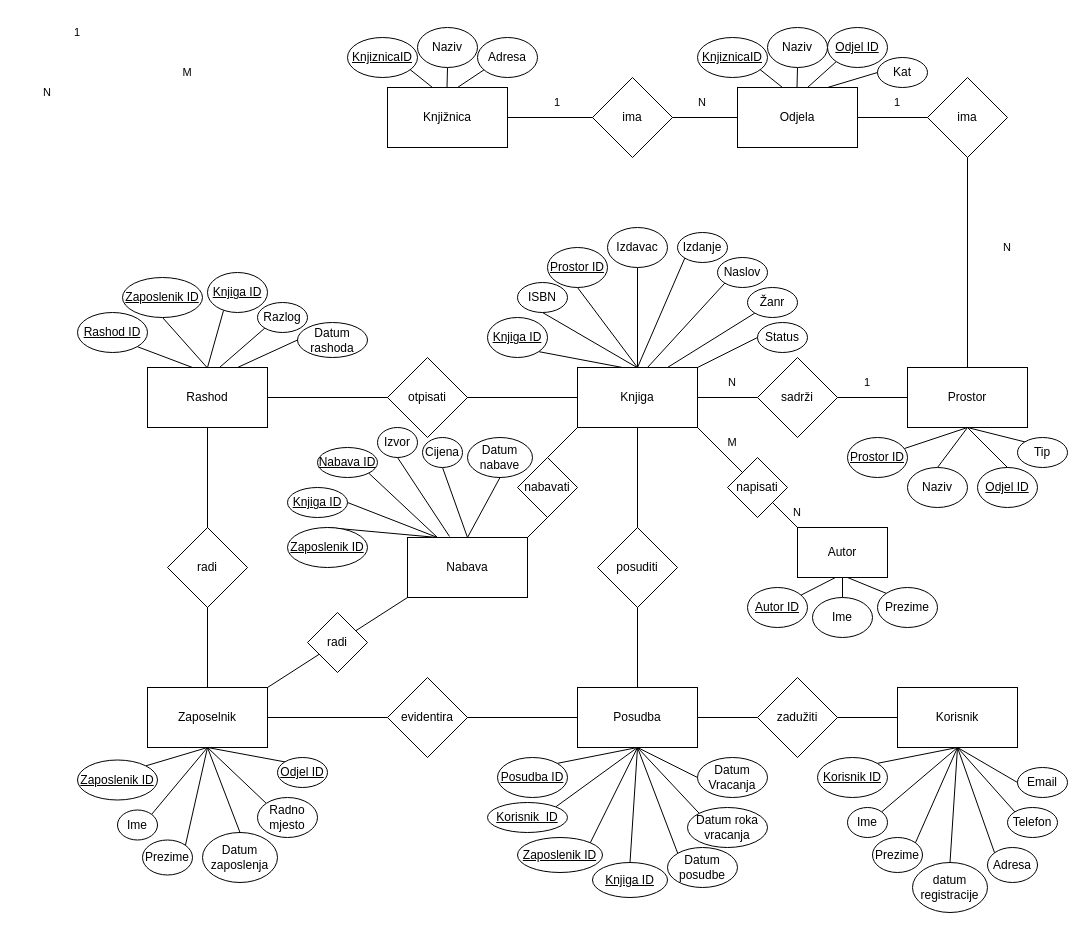
This is Untitled Diagram.drawio from lgudelj/strukpod, a draw.io file, before an edit. Source tidied: cells renumbered, new cells numbered last; positions are measured from the earlier drawing's top-left corner, leaving out a move shared by most shapes. Both pictures are drawn from the tidied source at 100%, with x=0, y=0 at pixel (17, 17).
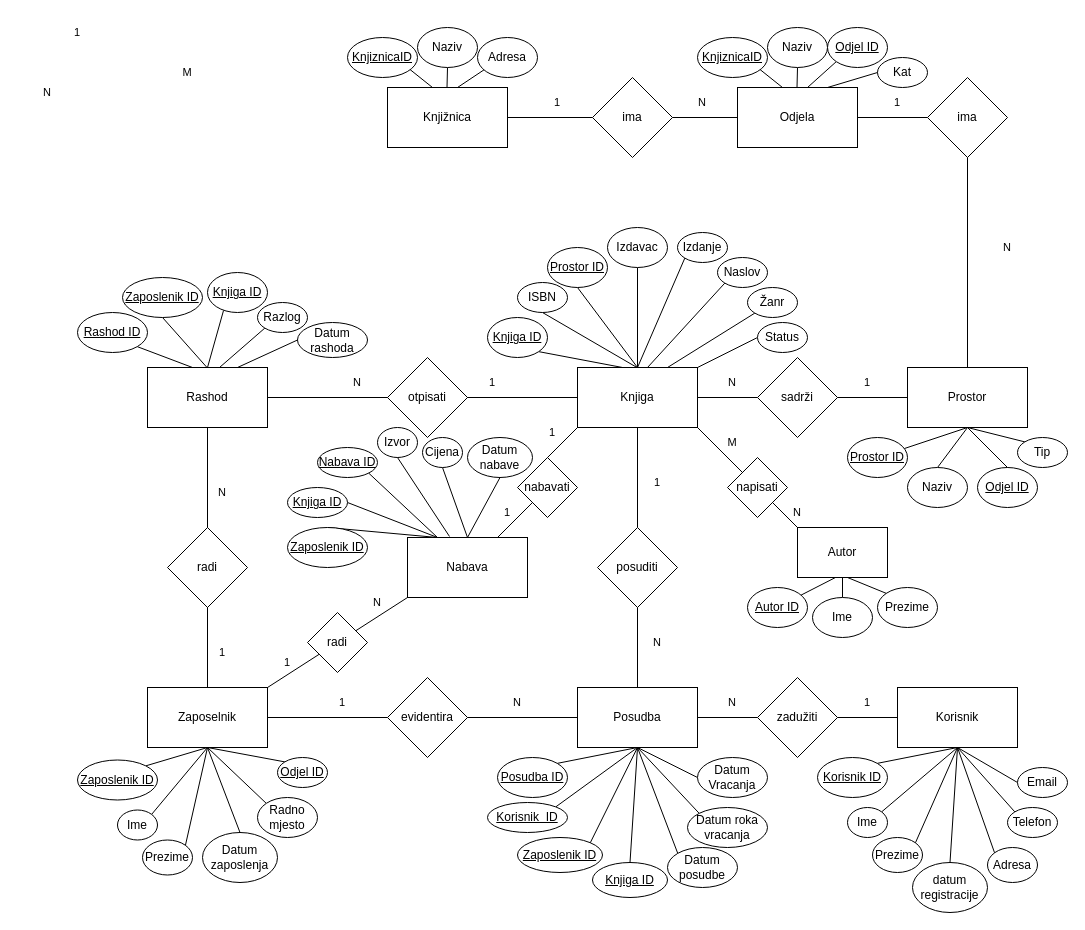
The same diagram, later.

The change refers to these unchanged cells:
```xml
<mxCell id="46" value="Nabava" style="text;html=1;align=center;verticalAlign=middle;whiteSpace=wrap;rounded=0;labelBackgroundColor=none;" parent="1" vertex="1">
  <mxGeometry x="390" y="520" width="120" height="60" as="geometry" />
</mxCell>
<mxCell id="53" style="rhombus;whiteSpace=wrap;html=1;labelBackgroundColor=none;" parent="1" vertex="1">
  <mxGeometry x="500" y="440" width="60" height="60" as="geometry" />
</mxCell>
<mxCell id="60" value="nabavati" style="text;html=1;align=center;verticalAlign=middle;whiteSpace=wrap;rounded=0;labelBackgroundColor=none;" parent="1" vertex="1">
  <mxGeometry x="500" y="455" width="60" height="30" as="geometry" />
</mxCell>
```

Diff of the diagram source:
```diff
@@
-    <mxCell id="41" style="rhombus;whiteSpace=wrap;html=1;labelBackgroundColor=none;" parent="1" vertex="1">
+    <mxCell id="41" value="evidentira" style="rhombus;whiteSpace=wrap;html=1;labelBackgroundColor=none;" parent="1" vertex="1">
       <mxGeometry x="370" y="660" width="80" height="80" as="geometry" />
     </mxCell>
@@
-    <mxCell id="43" value="evidentira" style="text;html=1;align=center;verticalAlign=middle;whiteSpace=wrap;rounded=0;labelBackgroundColor=none;" parent="1" vertex="1">
-      <mxGeometry x="380" y="685" width="60" height="30" as="geometry" />
-    </mxCell>
@@
+    <mxCell id="180" style="edgeStyle=none;shape=connector;rounded=0;jettySize=auto;html=1;exitX=0.75;exitY=0;exitDx=0;exitDy=0;entryX=0.25;entryY=1;entryDx=0;entryDy=0;strokeColor=default;align=center;verticalAlign=middle;fontFamily=Helvetica;fontSize=11;fontColor=default;labelBackgroundColor=default;startFill=0;endArrow=none;" parent="1" edge="1" source="46" target="60">
+      <mxGeometry relative="1" as="geometry" />
+    </mxCell>
@@
-    <mxCell id="58" style="endArrow=none;html=1;rounded=0;entryX=0.5;entryY=1;entryDx=0;entryDy=0;exitX=1;exitY=0;exitDx=0;exitDy=0;labelBackgroundColor=none;fontColor=default;" parent="1" edge="1" source="46" target="53">
-      <mxGeometry relative="1" as="geometry" />
-    </mxCell>
@@
+    <mxCell id="181" value="1" style="text;html=1;align=center;verticalAlign=middle;whiteSpace=wrap;rounded=0;fontFamily=Helvetica;fontSize=11;fontColor=default;labelBackgroundColor=default;" parent="1" vertex="1">
+      <mxGeometry x="610" y="450" width="60" height="30" as="geometry" />
+    </mxCell>
+    <mxCell id="182" value="N" style="text;html=1;align=center;verticalAlign=middle;whiteSpace=wrap;rounded=0;fontFamily=Helvetica;fontSize=11;fontColor=default;labelBackgroundColor=default;" parent="1" vertex="1">
+      <mxGeometry x="610" y="610" width="60" height="30" as="geometry" />
+    </mxCell>
+    <mxCell id="183" value="1" style="text;html=1;align=center;verticalAlign=middle;whiteSpace=wrap;rounded=0;fontFamily=Helvetica;fontSize=11;fontColor=default;labelBackgroundColor=default;" parent="1" vertex="1">
+      <mxGeometry x="445" y="350" width="60" height="30" as="geometry" />
+    </mxCell>
+    <mxCell id="184" value="N" style="text;html=1;align=center;verticalAlign=middle;whiteSpace=wrap;rounded=0;fontFamily=Helvetica;fontSize=11;fontColor=default;labelBackgroundColor=default;" parent="1" vertex="1">
+      <mxGeometry x="310" y="350" width="60" height="30" as="geometry" />
+    </mxCell>
+    <mxCell id="185" value="1" style="text;html=1;align=center;verticalAlign=middle;whiteSpace=wrap;rounded=0;fontFamily=Helvetica;fontSize=11;fontColor=default;labelBackgroundColor=default;" parent="1" vertex="1">
+      <mxGeometry x="175" y="620" width="60" height="30" as="geometry" />
+    </mxCell>
+    <mxCell id="186" value="N" style="text;html=1;align=center;verticalAlign=middle;whiteSpace=wrap;rounded=0;fontFamily=Helvetica;fontSize=11;fontColor=default;labelBackgroundColor=default;" parent="1" vertex="1">
+      <mxGeometry x="175" y="460" width="60" height="30" as="geometry" />
+    </mxCell>
+    <mxCell id="187" value="1" style="text;html=1;align=center;verticalAlign=middle;whiteSpace=wrap;rounded=0;fontFamily=Helvetica;fontSize=11;fontColor=default;labelBackgroundColor=default;" parent="1" vertex="1">
+      <mxGeometry x="505" y="400" width="60" height="30" as="geometry" />
+    </mxCell>
+    <mxCell id="188" value="1" style="text;html=1;align=center;verticalAlign=middle;whiteSpace=wrap;rounded=0;fontFamily=Helvetica;fontSize=11;fontColor=default;labelBackgroundColor=default;" parent="1" vertex="1">
+      <mxGeometry x="460" y="480" width="60" height="30" as="geometry" />
+    </mxCell>
+    <mxCell id="189" value="1" style="text;html=1;align=center;verticalAlign=middle;whiteSpace=wrap;rounded=0;fontFamily=Helvetica;fontSize=11;fontColor=default;labelBackgroundColor=default;" parent="1" vertex="1">
+      <mxGeometry x="240" y="630" width="60" height="30" as="geometry" />
+    </mxCell>
+    <mxCell id="190" value="N" style="text;html=1;align=center;verticalAlign=middle;whiteSpace=wrap;rounded=0;fontFamily=Helvetica;fontSize=11;fontColor=default;labelBackgroundColor=default;" parent="1" vertex="1">
+      <mxGeometry x="330" y="570" width="60" height="30" as="geometry" />
+    </mxCell>
+    <mxCell id="191" value="1" style="text;html=1;align=center;verticalAlign=middle;whiteSpace=wrap;rounded=0;fontFamily=Helvetica;fontSize=11;fontColor=default;labelBackgroundColor=default;" parent="1" vertex="1">
+      <mxGeometry x="820" y="670" width="60" height="30" as="geometry" />
+    </mxCell>
+    <mxCell id="192" value="N" style="text;html=1;align=center;verticalAlign=middle;whiteSpace=wrap;rounded=0;fontFamily=Helvetica;fontSize=11;fontColor=default;labelBackgroundColor=default;" parent="1" vertex="1">
+      <mxGeometry x="695" y="670" width="40" height="30" as="geometry" />
+    </mxCell>
+    <mxCell id="193" value="1" style="text;html=1;align=center;verticalAlign=middle;whiteSpace=wrap;rounded=0;fontFamily=Helvetica;fontSize=11;fontColor=default;labelBackgroundColor=default;" parent="1" vertex="1">
+      <mxGeometry x="295" y="670" width="60" height="30" as="geometry" />
+    </mxCell>
+    <mxCell id="194" value="N" style="text;html=1;align=center;verticalAlign=middle;whiteSpace=wrap;rounded=0;fontFamily=Helvetica;fontSize=11;fontColor=default;labelBackgroundColor=default;" parent="1" vertex="1">
+      <mxGeometry x="470" y="670" width="60" height="30" as="geometry" />
+    </mxCell>
```
